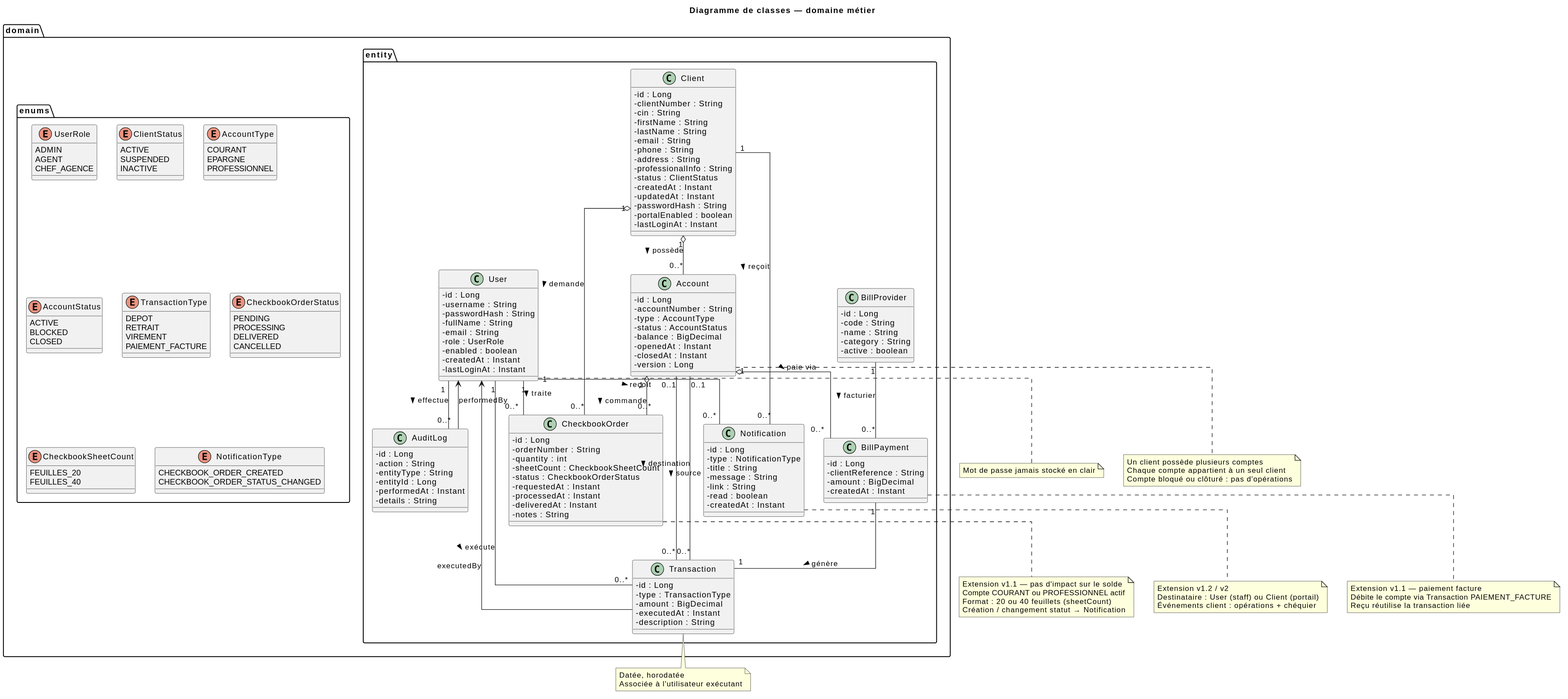
Above: documentation/uml/diagramme-classes.svg in aminabensouda106-gif/banque1 (PlantUML), before the change.
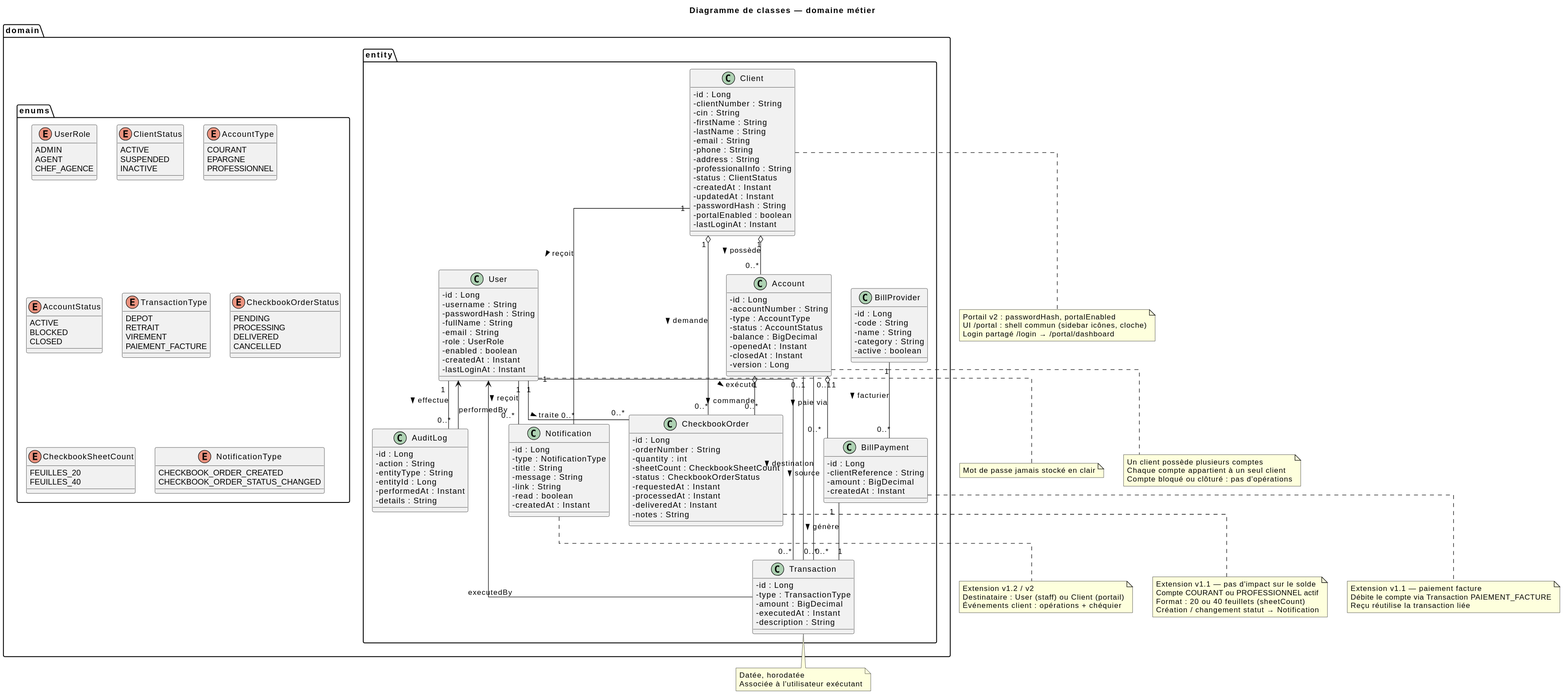
The same diagram one commit later.

Diff of the diagram source:
```diff
@@ -192,6 +192,12 @@
   Associée à l'utilisateur exécutant
 end note
 
+note bottom of Client
+  Portail v2 : passwordHash, portalEnabled
+  UI /portal : shell commun (sidebar icônes, cloche)
+  Login partagé /login → /portal/dashboard
+end note
+
 note bottom of User
   Mot de passe jamais stocké en clair
 end note
```
